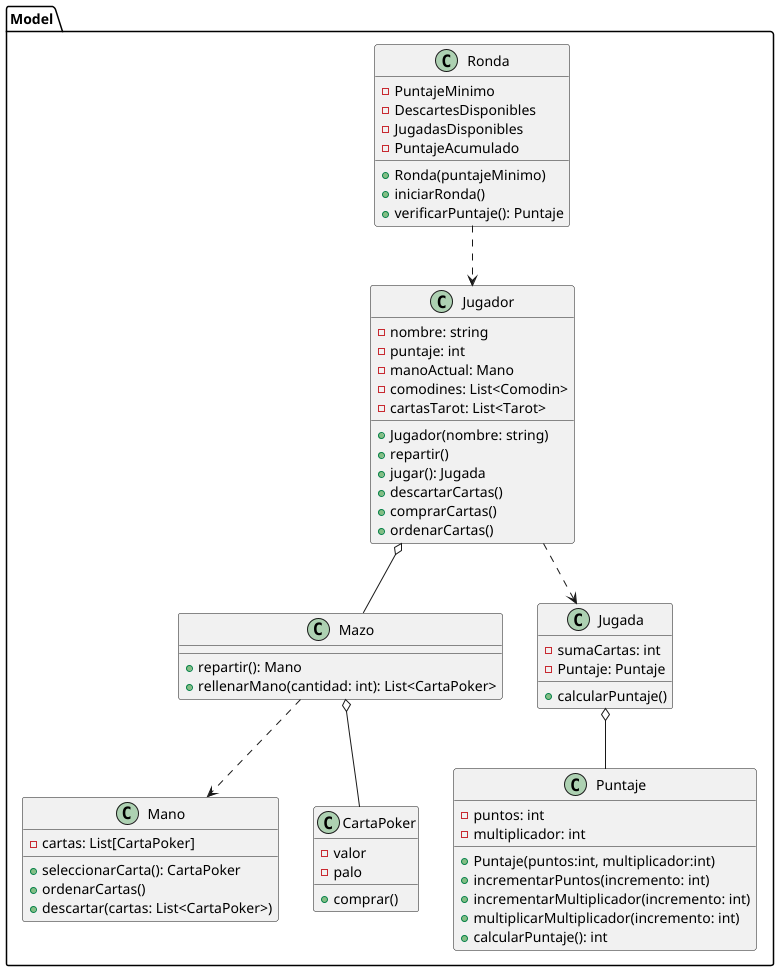
carruizdiaz1109/UBAlatro keeps this PlantUML diagram as diagrams/classes/clasesBalatro2.png. Above is the earlier version.
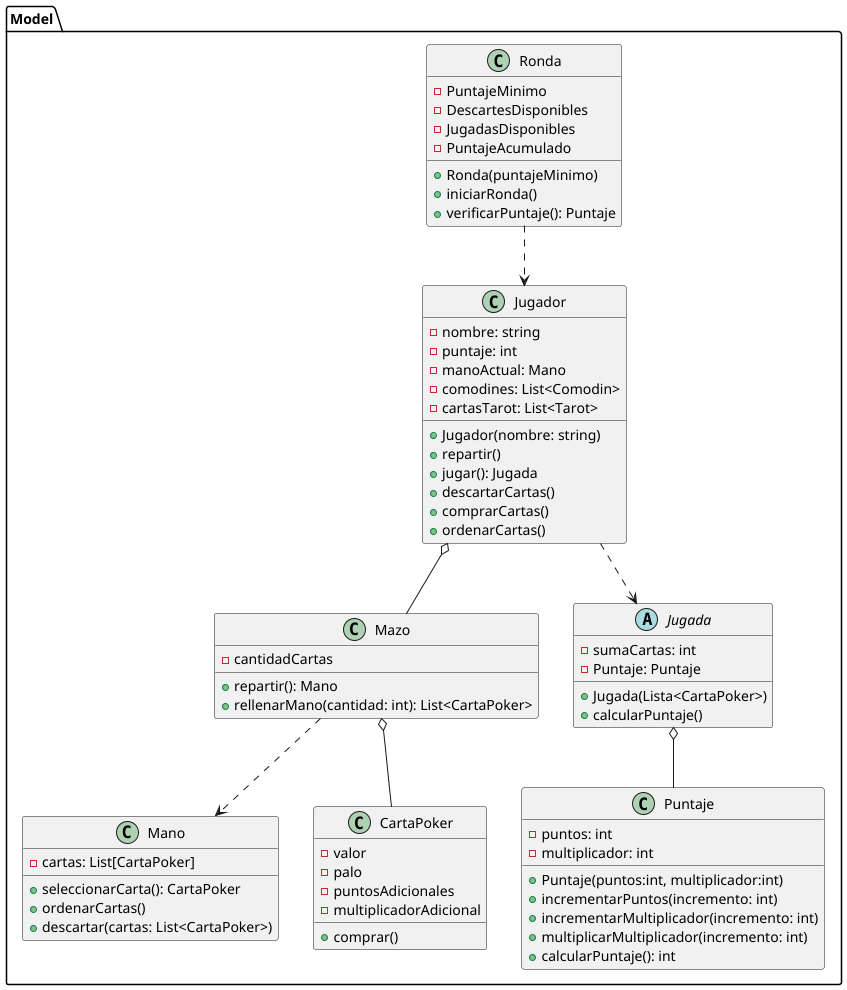
Later version of the same file.

Commit message:
Mob Programming. Diagramas de secuencia: test02, test03, test04 pertenecientes a la entrega1

The edit, as a diff of the source:
```diff
@@ -18,6 +18,7 @@
 
 
 class Mazo {
+    - cantidadCartas
     +repartir(): Mano
     +rellenarMano(cantidad: int): List<CartaPoker>
 }
@@ -42,6 +43,8 @@
 class CartaPoker {
     - valor
     - palo
+    - puntosAdicionales
+    - multiplicadorAdicional
     + comprar()
 }
 
@@ -55,11 +58,14 @@
     + verificarPuntaje(): Puntaje
 }
 
-class Jugada {
+abstract class Jugada {
     - sumaCartas: int
     - Puntaje: Puntaje
+    + Jugada(Lista<CartaPoker>)
     + calcularPuntaje()
 }
+
+
 
 Jugador o-- Mazo
 Mazo ..> Mano
```
